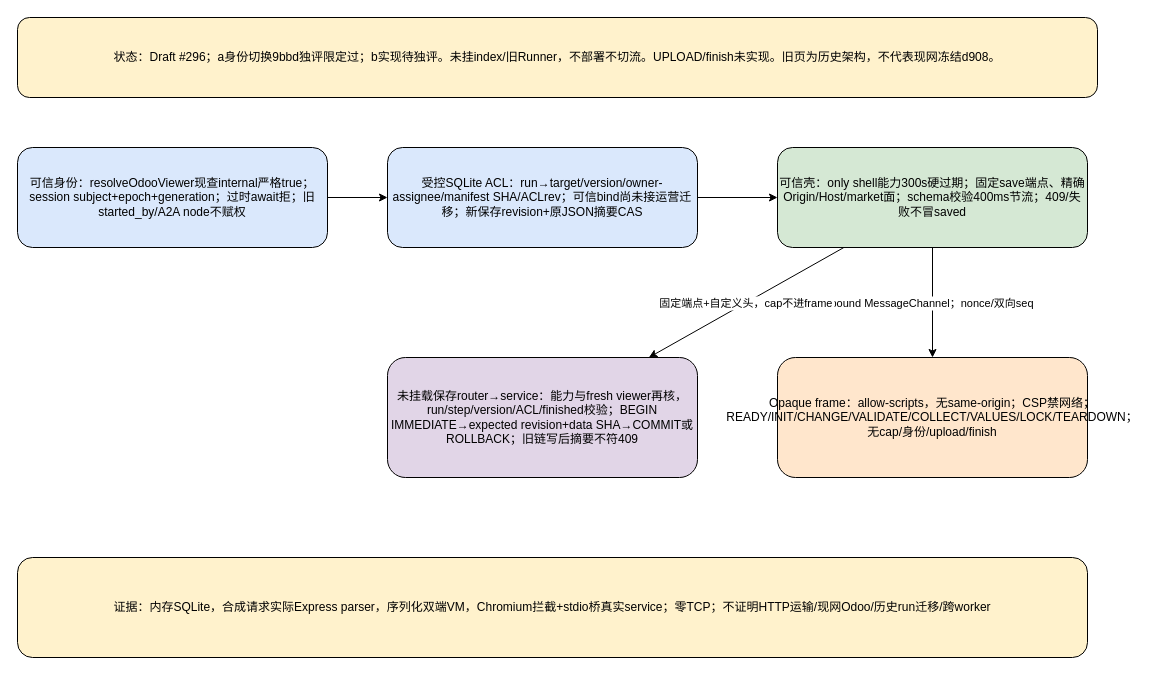
This is page "#296 SOP隔离候选·未部署" (2 of 2) of docs/workbench-market-arch.drawio from NelsonLongxiang/workbench-market, a draw.io file, before an edit. Source tidied: cells renumbered, new cells numbered last; positions are measured from the earlier drawing's top-left corner, leaving out a move shared by most shapes. Both pictures are drawn from the tidied source at 100%, with x=0, y=0 at pixel (17, 17).
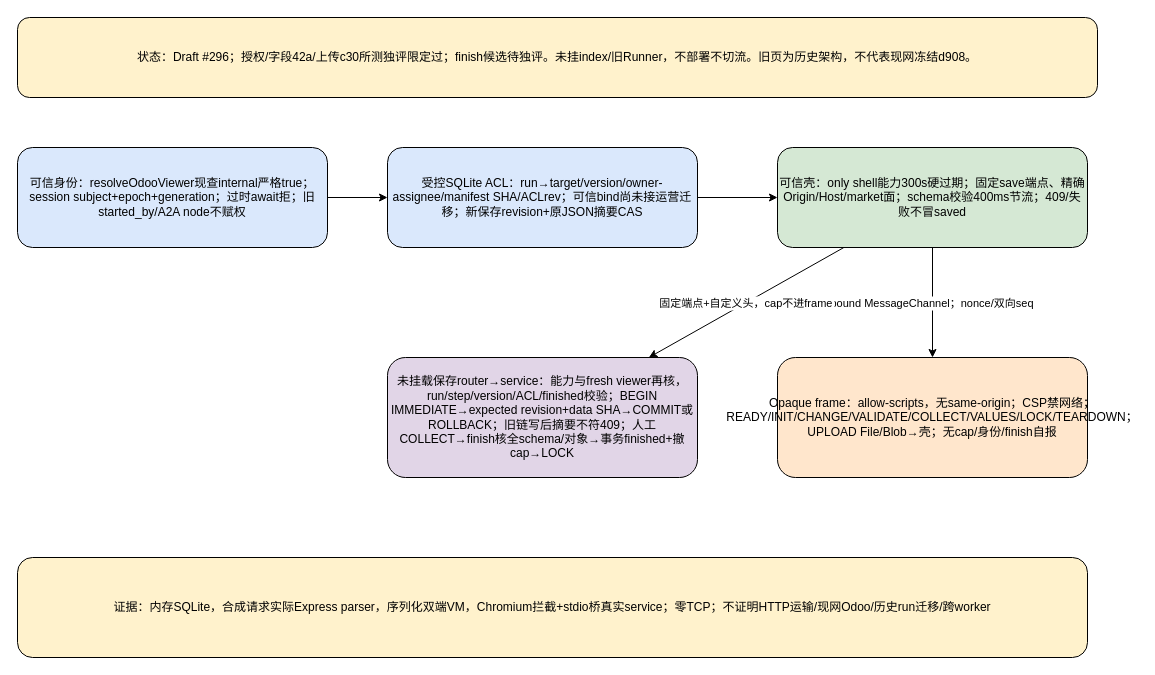
The same diagram, later.

Commit message (it also covers changes not shown here):
feat(sop): add manual collect finish lock and capability revocation

Change to the diagram source:
```diff
@@
 <mxGraphModel>
   <root>
     <mxCell id="0" />
     <mxCell id="1" parent="0" />
-    <mxCell id="2" value="状态：Draft #296；a身份切换9bbd独评限定过；b实现待独评。未挂index/旧Runner，不部署不切流。UPLOAD/finish未实现。旧页为历史架构，不代表现网冻结d908。" style="rounded=1;whiteSpace=wrap;html=1;fillColor=#fff2cc;" parent="1" vertex="1">
+    <mxCell id="2" value="状态：Draft #296；授权/字段42a/上传c30所测独评限定过；finish候选待独评。未挂index/旧Runner，不部署不切流。旧页为历史架构，不代表现网冻结d908。" style="rounded=1;whiteSpace=wrap;html=1;fillColor=#fff2cc;" parent="1" vertex="1">
       <mxGeometry width="1080" height="80" as="geometry" />
     </mxCell>
     <mxCell id="3" value="可信身份：resolveOdooViewer现查internal严格true；session subject+epoch+generation；过时await拒；旧started_by/A2A node不赋权" style="rounded=1;whiteSpace=wrap;html=1;fillColor=#dae8fc;" parent="1" vertex="1">
       <mxGeometry y="130" width="310" height="100" as="geometry" />
     </mxCell>
     <mxCell id="4" value="受控SQLite ACL：run→target/version/owner-assignee/manifest SHA/ACLrev；可信bind尚未接运营迁移；新保存revision+原JSON摘要CAS" style="rounded=1;whiteSpace=wrap;html=1;fillColor=#dae8fc;" parent="1" vertex="1">
       <mxGeometry x="370" y="130" width="310" height="100" as="geometry" />
     </mxCell>
     <mxCell id="5" value="可信壳：only shell能力300s硬过期；固定save端点、精确Origin/Host/market面；schema校验400ms节流；409/失败不冒saved" style="rounded=1;whiteSpace=wrap;html=1;fillColor=#d5e8d4;" parent="1" vertex="1">
       <mxGeometry x="760" y="130" width="310" height="100" as="geometry" />
     </mxCell>
-    <mxCell id="6" value="Opaque frame：allow-scripts，无same-origin；CSP禁网络；READY/INIT/CHANGE/VALIDATE/COLLECT/VALUES/LOCK/TEARDOWN；无cap/身份/upload/finish" style="rounded=1;whiteSpace=wrap;html=1;fillColor=#ffe6cc;" parent="1" vertex="1">
+    <mxCell id="6" value="Opaque frame：allow-scripts，无same-origin；CSP禁网络；READY/INIT/CHANGE/VALIDATE/COLLECT/VALUES/LOCK/TEARDOWN；UPLOAD File/Blob→壳；无cap/身份/finish自报" style="rounded=1;whiteSpace=wrap;html=1;fillColor=#ffe6cc;" parent="1" vertex="1">
       <mxGeometry x="760" y="340" width="310" height="120" as="geometry" />
     </mxCell>
-    <mxCell id="7" value="未挂载保存router→service：能力与fresh viewer再核，run/step/version/ACL/finished校验；BEGIN IMMEDIATE→expected revision+data SHA→COMMIT或ROLLBACK；旧链写后摘要不符409" style="rounded=1;whiteSpace=wrap;html=1;fillColor=#e1d5e7;" parent="1" vertex="1">
+    <mxCell id="7" value="未挂载保存router→service：能力与fresh viewer再核，run/step/version/ACL/finished校验；BEGIN IMMEDIATE→expected revision+data SHA→COMMIT或ROLLBACK；旧链写后摘要不符409；人工COLLECT→finish核全schema/对象→事务finished+撤cap→LOCK" style="rounded=1;whiteSpace=wrap;html=1;fillColor=#e1d5e7;" parent="1" vertex="1">
       <mxGeometry x="370" y="340" width="310" height="120" as="geometry" />
     </mxCell>
     <mxCell id="8" value="证据：内存SQLite，合成请求实际Express parser，序列化双端VM，Chromium拦截+stdio桥真实service；零TCP；不证明HTTP运输/现网Odoo/历史run迁移/跨worker" style="rounded=1;whiteSpace=wrap;html=1;fillColor=#fff2cc;" parent="1" vertex="1">
       <mxGeometry y="540" width="1070" height="100" as="geometry" />
     </mxCell>
     <mxCell id="9" parent="1" edge="1" source="3" target="4">
       <mxGeometry relative="1" as="geometry" />
     </mxCell>
     <mxCell id="10" parent="1" edge="1" source="4" target="5">
       <mxGeometry relative="1" as="geometry" />
     </mxCell>
     <mxCell id="11" value="bound MessageChannel；nonce/双向seq" parent="1" edge="1" source="5" target="6">
       <mxGeometry relative="1" as="geometry" />
     </mxCell>
     <mxCell id="12" value="固定端点+自定义头，cap不进frame" parent="1" edge="1" source="5" target="7">
       <mxGeometry relative="1" as="geometry" />
     </mxCell>
   </root>
 </mxGraphModel>
```
